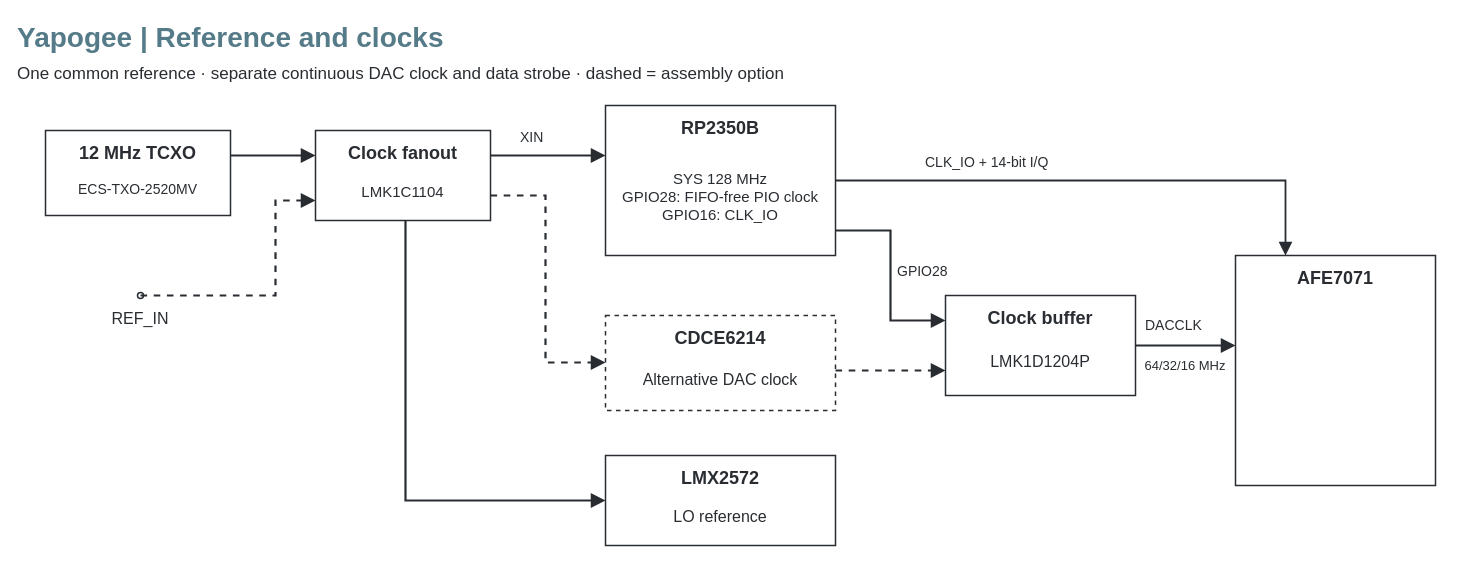
Before: page "Reference and clocks" (2 of 3) of hardware/devboard/architecture/architecture.drawio in Rivercraft911/yapogee, a draw.io diagram. Source tidied: cells renumbered, new cells numbered last; positions are measured from the earlier drawing's top-left corner, leaving out a move shared by most shapes. Both pictures are drawn from the tidied source at 100%, with x=0, y=0 at pixel (17, 17).
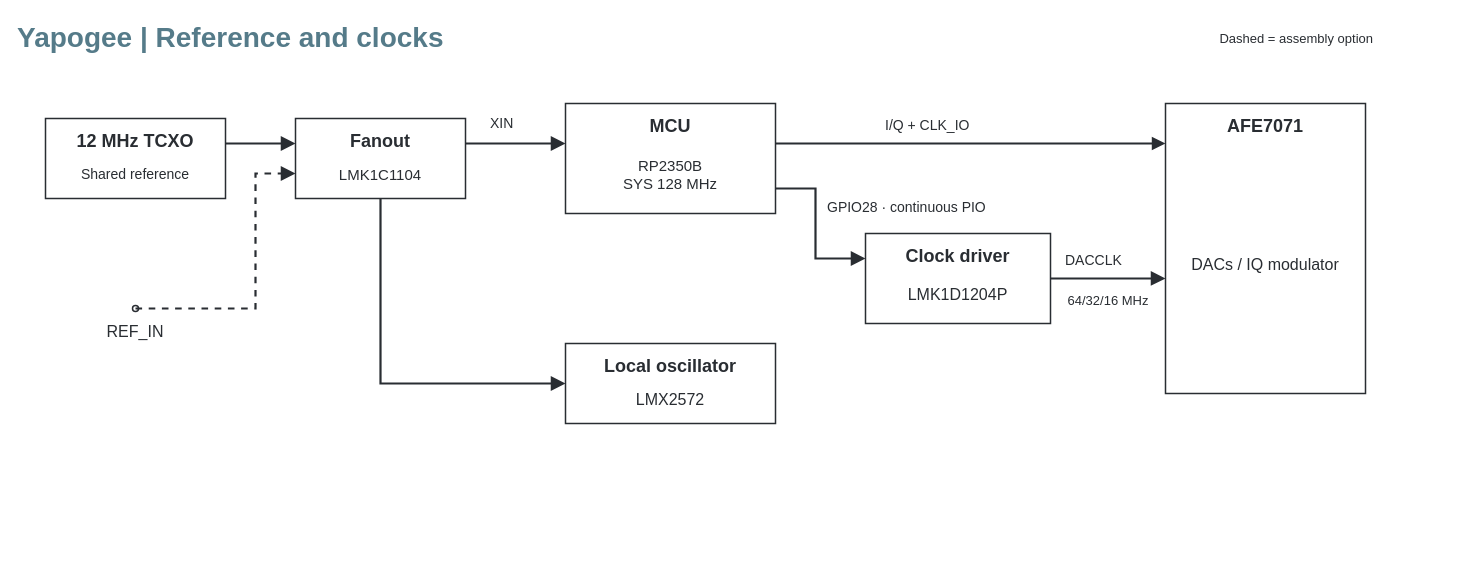
The same diagram, later.

Change to the diagram source:
```diff
@@
     <mxCell id="2" value="Yapogee | Reference and clocks" style="text;html=0;whiteSpace=wrap;overflow=hidden;rounded=0;fillColor=none;strokeColor=none;fontFamily=Arial;fontSize=28;fontColor=#557b89;fontStyle=1;align=left;verticalAlign=middle;spacing=0;" parent="1" vertex="1">
-      <mxGeometry width="1426" height="40" as="geometry" />
+      <mxGeometry width="1356" height="40" as="geometry" />
     </mxCell>
-    <mxCell id="3" value="One common reference · separate continuous DAC clock and data strobe · dashed = assembly option" style="text;html=0;whiteSpace=wrap;overflow=hidden;rounded=0;fillColor=none;strokeColor=none;fontFamily=Arial;fontSize=17;fontColor=#292d32;fontStyle=0;align=left;verticalAlign=middle;spacing=0;" parent="1" vertex="1">
-      <mxGeometry y="43" width="1426" height="28" as="geometry" />
+    <mxCell id="3" value="Dashed = assembly option" style="text;html=0;whiteSpace=wrap;overflow=hidden;rounded=0;fillColor=none;strokeColor=none;fontFamily=Arial;fontSize=13;fontColor=#292d32;fontStyle=0;align=right;verticalAlign=middle;spacing=0;" parent="1" vertex="1">
+      <mxGeometry x="1088" y="9" width="268" height="24" as="geometry" />
     </mxCell>
     <mxCell id="4" style="group;html=0;" parent="1" vertex="1">
-      <mxGeometry x="28" y="113" width="185" height="85" as="geometry" />
+      <mxGeometry x="28" y="101" width="180" height="80" as="geometry" />
     </mxCell>
     <mxCell id="5" style="rounded=0;html=0;fillColor=white;strokeColor=#292d32;strokeWidth=1.5;dashed=0;" parent="4" vertex="1">
-      <mxGeometry width="185" height="85" as="geometry" />
+      <mxGeometry width="180" height="80" as="geometry" />
     </mxCell>
     <mxCell id="6" value="12 MHz TCXO" style="text;html=0;whiteSpace=wrap;overflow=hidden;rounded=0;fillColor=none;strokeColor=none;fontFamily=Arial;fontSize=18;fontColor=#292d32;fontStyle=1;align=center;verticalAlign=middle;spacing=0;" parent="4" vertex="1">
-      <mxGeometry x="10" y="10" width="165" height="25" as="geometry" />
+      <mxGeometry x="10" y="10" width="160" height="25" as="geometry" />
     </mxCell>
-    <mxCell id="7" value="ECS-TXO-2520MV" style="text;html=0;whiteSpace=wrap;overflow=hidden;rounded=0;fillColor=none;strokeColor=none;fontFamily=Arial;fontSize=14;fontColor=#292d32;fontStyle=0;align=center;verticalAlign=middle;spacing=0;" parent="4" vertex="1">
-      <mxGeometry x="12" y="42" width="161" height="33" as="geometry" />
+    <mxCell id="7" value="Shared reference" style="text;html=0;whiteSpace=wrap;overflow=hidden;rounded=0;fillColor=none;strokeColor=none;fontFamily=Arial;fontSize=14;fontColor=#292d32;fontStyle=0;align=center;verticalAlign=middle;spacing=0;" parent="4" vertex="1">
+      <mxGeometry x="12" y="42" width="156" height="28" as="geometry" />
     </mxCell>
     <mxCell id="8" style="shape=ellipse;html=0;fillColor=white;strokeColor=#292d32;strokeWidth=1.5;" parent="1" vertex="1">
-      <mxGeometry x="120" y="275" width="6" height="6" as="geometry" />
+      <mxGeometry x="115" y="288" width="6" height="6" as="geometry" />
     </mxCell>
     <mxCell id="9" value="REF_IN" style="text;html=0;whiteSpace=wrap;overflow=hidden;rounded=0;fillColor=none;strokeColor=none;fontFamily=Arial;fontSize=16;fontColor=#292d32;fontStyle=0;align=center;verticalAlign=middle;spacing=0;" parent="1" vertex="1">
-      <mxGeometry x="48" y="289" width="150" height="24" as="geometry" />
+      <mxGeometry x="43" y="302" width="150" height="24" as="geometry" />
     </mxCell>
     <mxCell id="10" style="group;html=0;" parent="1" vertex="1">
-      <mxGeometry x="298" y="113" width="175" height="90" as="geometry" />
+      <mxGeometry x="278" y="101" width="170" height="80" as="geometry" />
     </mxCell>
     <mxCell id="11" style="rounded=0;html=0;fillColor=white;strokeColor=#292d32;strokeWidth=1.5;dashed=0;" parent="10" vertex="1">
-      <mxGeometry width="175" height="90" as="geometry" />
+      <mxGeometry width="170" height="80" as="geometry" />
     </mxCell>
-    <mxCell id="12" value="Clock fanout" style="text;html=0;whiteSpace=wrap;overflow=hidden;rounded=0;fillColor=none;strokeColor=none;fontFamily=Arial;fontSize=18;fontColor=#292d32;fontStyle=1;align=center;verticalAlign=middle;spacing=0;" parent="10" vertex="1">
-      <mxGeometry x="10" y="10" width="155" height="25" as="geometry" />
+    <mxCell id="12" value="Fanout" style="text;html=0;whiteSpace=wrap;overflow=hidden;rounded=0;fillColor=none;strokeColor=none;fontFamily=Arial;fontSize=18;fontColor=#292d32;fontStyle=1;align=center;verticalAlign=middle;spacing=0;" parent="10" vertex="1">
+      <mxGeometry x="10" y="10" width="150" height="25" as="geometry" />
     </mxCell>
     <mxCell id="13" value="LMK1C1104" style="text;html=0;whiteSpace=wrap;overflow=hidden;rounded=0;fillColor=none;strokeColor=none;fontFamily=Arial;fontSize=15;fontColor=#292d32;fontStyle=0;align=center;verticalAlign=middle;spacing=0;" parent="10" vertex="1">
-      <mxGeometry x="12" y="42" width="151" height="38" as="geometry" />
+      <mxGeometry x="12" y="42" width="146" height="28" as="geometry" />
     </mxCell>
-    <mxCell id="14" style="edgeStyle=none;jettySize=0;rounded=0;html=0;strokeColor=#292d32;strokeWidth=2.2;endArrow=block;endSize=9;endFill=1;startArrow=none;dashed=0;exitX=1;exitY=0.2941;exitPerimeter=0;entryX=0;entryY=0.2778;entryPerimeter=0;" parent="1" edge="1" source="4" target="10">
+    <mxCell id="14" style="edgeStyle=none;jettySize=0;rounded=0;html=0;strokeColor=#292d32;strokeWidth=2.2;endArrow=block;endSize=9;endFill=1;startArrow=none;dashed=0;exitX=1;exitY=0.3125;exitPerimeter=0;entryX=0;entryY=0.3125;entryPerimeter=0;" parent="1" edge="1" source="4" target="10">
       <mxGeometry relative="1" as="geometry" />
     </mxCell>
-    <mxCell id="15" style="edgeStyle=none;jettySize=0;rounded=0;html=0;strokeColor=#292d32;strokeWidth=2.2;endArrow=block;endSize=9;endFill=1;startArrow=none;dashed=1;exitX=0.5;exitY=0.5;exitPerimeter=0;entryX=0;entryY=0.7778;entryPerimeter=0;" parent="1" edge="1" source="8" target="10">
+    <mxCell id="15" style="edgeStyle=none;jettySize=0;rounded=0;html=0;strokeColor=#292d32;strokeWidth=2.2;endArrow=block;endSize=9;endFill=1;startArrow=none;dashed=1;exitX=0.5;exitY=0.5;exitPerimeter=0;entryX=0;entryY=0.6875;entryPerimeter=0;" parent="1" edge="1" source="8" target="10">
       <mxGeometry relative="1" as="geometry">
         <Array as="points">
-          <mxPoint x="258" y="278" />
-          <mxPoint x="258" y="183" />
+          <mxPoint x="238" y="291" />
+          <mxPoint x="238" y="156" />
         </Array>
       </mxGeometry>
     </mxCell>
     <mxCell id="16" style="group;html=0;" parent="1" vertex="1">
-      <mxGeometry x="588" y="88" width="230" height="150" as="geometry" />
+      <mxGeometry x="548" y="86" width="210" height="110" as="geometry" />
     </mxCell>
     <mxCell id="17" style="rounded=0;html=0;fillColor=white;strokeColor=#292d32;strokeWidth=1.5;dashed=0;" parent="16" vertex="1">
-      <mxGeometry width="230" height="150" as="geometry" />
+      <mxGeometry width="210" height="110" as="geometry" />
     </mxCell>
-    <mxCell id="18" value="RP2350B" style="text;html=0;whiteSpace=wrap;overflow=hidden;rounded=0;fillColor=none;strokeColor=none;fontFamily=Arial;fontSize=18;fontColor=#292d32;fontStyle=1;align=center;verticalAlign=middle;spacing=0;" parent="16" vertex="1">
-      <mxGeometry x="10" y="10" width="210" height="25" as="geometry" />
+    <mxCell id="18" value="MCU" style="text;html=0;whiteSpace=wrap;overflow=hidden;rounded=0;fillColor=none;strokeColor=none;fontFamily=Arial;fontSize=18;fontColor=#292d32;fontStyle=1;align=center;verticalAlign=middle;spacing=0;" parent="16" vertex="1">
+      <mxGeometry x="10" y="10" width="190" height="25" as="geometry" />
     </mxCell>
-    <mxCell id="19" value="SYS 128 MHz&#10;GPIO28: FIFO-free PIO clock&#10;GPIO16: CLK_IO" style="text;html=0;whiteSpace=wrap;overflow=hidden;rounded=0;fillColor=none;strokeColor=none;fontFamily=Arial;fontSize=15;fontColor=#292d32;fontStyle=0;align=center;verticalAlign=middle;spacing=0;" parent="16" vertex="1">
-      <mxGeometry x="12" y="42" width="206" height="98" as="geometry" />
+    <mxCell id="19" value="RP2350B&#10;SYS 128 MHz" style="text;html=0;whiteSpace=wrap;overflow=hidden;rounded=0;fillColor=none;strokeColor=none;fontFamily=Arial;fontSize=15;fontColor=#292d32;fontStyle=0;align=center;verticalAlign=middle;spacing=0;" parent="16" vertex="1">
+      <mxGeometry x="12" y="42" width="186" height="58" as="geometry" />
     </mxCell>
-    <mxCell id="20" style="group;html=0;" parent="1" vertex="1">
-      <mxGeometry x="588" y="298" width="230" height="95" as="geometry" />
-    </mxCell>
+    <mxCell id="24" style="group;html=0;" parent="1" vertex="1">
+      <mxGeometry x="548" y="326" width="210" height="80" as="geometry" />
+    </mxCell>
-    <mxCell id="21" style="rounded=0;html=0;fillColor=white;strokeColor=#292d32;strokeWidth=1.5;dashed=1;" parent="20" vertex="1">
-      <mxGeometry width="230" height="95" as="geometry" />
+    <mxCell id="21" style="rounded=0;html=0;fillColor=white;strokeColor=#292d32;strokeWidth=1.5;dashed=0;" parent="24" vertex="1">
+      <mxGeometry width="210" height="80" as="geometry" />
     </mxCell>
-    <mxCell id="22" value="CDCE6214" style="text;html=0;whiteSpace=wrap;overflow=hidden;rounded=0;fillColor=none;strokeColor=none;fontFamily=Arial;fontSize=18;fontColor=#292d32;fontStyle=1;align=center;verticalAlign=middle;spacing=0;" parent="20" vertex="1">
-      <mxGeometry x="10" y="10" width="210" height="25" as="geometry" />
+    <mxCell id="22" value="Local oscillator" style="text;html=0;whiteSpace=wrap;overflow=hidden;rounded=0;fillColor=none;strokeColor=none;fontFamily=Arial;fontSize=18;fontColor=#292d32;fontStyle=1;align=center;verticalAlign=middle;spacing=0;" parent="24" vertex="1">
+      <mxGeometry x="10" y="10" width="190" height="25" as="geometry" />
     </mxCell>
-    <mxCell id="23" value="Alternative DAC clock" style="text;html=0;whiteSpace=wrap;overflow=hidden;rounded=0;fillColor=none;strokeColor=none;fontFamily=Arial;fontSize=16;fontColor=#292d32;fontStyle=0;align=center;verticalAlign=middle;spacing=0;" parent="20" vertex="1">
-      <mxGeometry x="12" y="42" width="206" height="43" as="geometry" />
+    <mxCell id="23" value="LMX2572" style="text;html=0;whiteSpace=wrap;overflow=hidden;rounded=0;fillColor=none;strokeColor=none;fontFamily=Arial;fontSize=16;fontColor=#292d32;fontStyle=0;align=center;verticalAlign=middle;spacing=0;" parent="24" vertex="1">
+      <mxGeometry x="12" y="42" width="186" height="28" as="geometry" />
     </mxCell>
-    <mxCell id="24" style="group;html=0;" parent="1" vertex="1">
-      <mxGeometry x="588" y="438" width="230" height="90" as="geometry" />
-    </mxCell>
+    <mxCell id="47" style="edgeStyle=none;jettySize=0;rounded=0;html=0;strokeColor=#292d32;strokeWidth=2.2;endArrow=block;endSize=9;endFill=1;startArrow=none;dashed=0;exitX=1;exitY=0.3125;exitPerimeter=0;entryX=0;entryY=0.3636;entryPerimeter=0;" parent="1" edge="1" source="10" target="16">
+      <mxGeometry relative="1" as="geometry" />
+    </mxCell>
-    <mxCell id="25" style="rounded=0;html=0;fillColor=white;strokeColor=#292d32;strokeWidth=1.5;dashed=0;" parent="24" vertex="1">
-      <mxGeometry width="230" height="90" as="geometry" />
+    <mxCell id="25" value="XIN" style="text;html=0;whiteSpace=wrap;overflow=hidden;rounded=0;fillColor=none;strokeColor=none;fontFamily=Arial;fontSize=14;fontColor=#292d32;fontStyle=0;align=left;verticalAlign=middle;spacing=0;" parent="1" vertex="1">
+      <mxGeometry x="473" y="94" width="60" height="24" as="geometry" />
     </mxCell>
-    <mxCell id="26" value="LMX2572" style="text;html=0;whiteSpace=wrap;overflow=hidden;rounded=0;fillColor=none;strokeColor=none;fontFamily=Arial;fontSize=18;fontColor=#292d32;fontStyle=1;align=center;verticalAlign=middle;spacing=0;" parent="24" vertex="1">
-      <mxGeometry x="10" y="10" width="210" height="25" as="geometry" />
+    <mxCell id="26" style="edgeStyle=none;jettySize=0;rounded=0;html=0;strokeColor=#292d32;strokeWidth=2.2;endArrow=block;endSize=9;endFill=1;startArrow=none;dashed=0;exitX=0.5;exitY=1;exitPerimeter=0;entryX=0;entryY=0.5;entryPerimeter=0;" parent="1" edge="1" source="10" target="24">
+      <mxGeometry relative="1" as="geometry">
+        <Array as="points">
+          <mxPoint x="363" y="366" />
+        </Array>
+      </mxGeometry>
     </mxCell>
-    <mxCell id="27" value="LO reference" style="text;html=0;whiteSpace=wrap;overflow=hidden;rounded=0;fillColor=none;strokeColor=none;fontFamily=Arial;fontSize=16;fontColor=#292d32;fontStyle=0;align=center;verticalAlign=middle;spacing=0;" parent="24" vertex="1">
-      <mxGeometry x="12" y="42" width="206" height="38" as="geometry" />
-    </mxCell>
+    <mxCell id="32" style="group;html=0;" parent="1" vertex="1">
+      <mxGeometry x="848" y="216" width="185" height="90" as="geometry" />
+    </mxCell>
-    <mxCell id="28" style="edgeStyle=none;jettySize=0;rounded=0;html=0;strokeColor=#292d32;strokeWidth=2.2;endArrow=block;endSize=9;endFill=1;startArrow=none;dashed=0;exitX=1;exitY=0.2778;exitPerimeter=0;entryX=0;entryY=0.3333;entryPerimeter=0;" parent="1" edge="1" source="10" target="16">
-      <mxGeometry relative="1" as="geometry" />
+    <mxCell id="28" style="rounded=0;html=0;fillColor=white;strokeColor=#292d32;strokeWidth=1.5;dashed=0;" parent="32" vertex="1">
+      <mxGeometry width="185" height="90" as="geometry" />
     </mxCell>
-    <mxCell id="29" value="XIN" style="text;html=0;whiteSpace=wrap;overflow=hidden;rounded=0;fillColor=none;strokeColor=none;fontFamily=Arial;fontSize=14;fontColor=#292d32;fontStyle=0;align=left;verticalAlign=middle;spacing=0;" parent="1" vertex="1">
-      <mxGeometry x="503" y="108" width="55" height="24" as="geometry" />
+    <mxCell id="29" value="Clock driver" style="text;html=0;whiteSpace=wrap;overflow=hidden;rounded=0;fillColor=none;strokeColor=none;fontFamily=Arial;fontSize=18;fontColor=#292d32;fontStyle=1;align=center;verticalAlign=middle;spacing=0;" parent="32" vertex="1">
+      <mxGeometry x="10" y="10" width="165" height="25" as="geometry" />
     </mxCell>
-    <mxCell id="30" style="edgeStyle=none;jettySize=0;rounded=0;html=0;strokeColor=#292d32;strokeWidth=2.2;endArrow=block;endSize=9;endFill=1;startArrow=none;dashed=1;exitX=1;exitY=0.7222;exitPerimeter=0;entryX=0;entryY=0.4947;entryPerimeter=0;" parent="1" edge="1" source="10" target="20">
-      <mxGeometry relative="1" as="geometry">
-        <Array as="points">
-          <mxPoint x="528" y="178" />
-          <mxPoint x="528" y="345" />
-        </Array>
-      </mxGeometry>
+    <mxCell id="30" value="LMK1D1204P" style="text;html=0;whiteSpace=wrap;overflow=hidden;rounded=0;fillColor=none;strokeColor=none;fontFamily=Arial;fontSize=16;fontColor=#292d32;fontStyle=0;align=center;verticalAlign=middle;spacing=0;" parent="32" vertex="1">
+      <mxGeometry x="12" y="42" width="161" height="38" as="geometry" />
     </mxCell>
-    <mxCell id="31" style="edgeStyle=none;jettySize=0;rounded=0;html=0;strokeColor=#292d32;strokeWidth=2.2;endArrow=block;endSize=9;endFill=1;startArrow=none;dashed=0;exitX=0.5143;exitY=1;exitPerimeter=0;entryX=0;entryY=0.5;entryPerimeter=0;" parent="1" edge="1" source="10" target="24">
-      <mxGeometry relative="1" as="geometry">
-        <Array as="points">
-          <mxPoint x="388" y="483" />
-        </Array>
-      </mxGeometry>
-    </mxCell>
-    <mxCell id="32" style="group;html=0;" parent="1" vertex="1">
-      <mxGeometry x="928" y="278" width="190" height="100" as="geometry" />
-    </mxCell>
+    <mxCell id="36" style="group;html=0;" parent="1" vertex="1">
+      <mxGeometry x="1148" y="86" width="200" height="290" as="geometry" />
+    </mxCell>
+    <mxCell id="48" style="rounded=0;html=0;fillColor=white;strokeColor=#292d32;strokeWidth=1.5;dashed=0;" parent="36" vertex="1">
+      <mxGeometry width="200" height="290" as="geometry" />
+    </mxCell>
-    <mxCell id="33" style="rounded=0;html=0;fillColor=white;strokeColor=#292d32;strokeWidth=1.5;dashed=0;" parent="32" vertex="1">
-      <mxGeometry width="190" height="100" as="geometry" />
+    <mxCell id="33" value="AFE7071" style="text;html=0;whiteSpace=wrap;overflow=hidden;rounded=0;fillColor=none;strokeColor=none;fontFamily=Arial;fontSize=18;fontColor=#292d32;fontStyle=1;align=center;verticalAlign=middle;spacing=0;" parent="36" vertex="1">
+      <mxGeometry x="10" y="10" width="180" height="25" as="geometry" />
     </mxCell>
-    <mxCell id="34" value="Clock buffer" style="text;html=0;whiteSpace=wrap;overflow=hidden;rounded=0;fillColor=none;strokeColor=none;fontFamily=Arial;fontSize=18;fontColor=#292d32;fontStyle=1;align=center;verticalAlign=middle;spacing=0;" parent="32" vertex="1">
-      <mxGeometry x="10" y="10" width="170" height="25" as="geometry" />
+    <mxCell id="34" value="DACs / IQ modulator" style="text;html=0;whiteSpace=wrap;overflow=hidden;rounded=0;fillColor=none;strokeColor=none;fontFamily=Arial;fontSize=16;fontColor=#292d32;fontStyle=0;align=center;verticalAlign=middle;spacing=0;" parent="36" vertex="1">
+      <mxGeometry x="12" y="42" width="176" height="238" as="geometry" />
     </mxCell>
-    <mxCell id="35" value="LMK1D1204P" style="text;html=0;whiteSpace=wrap;overflow=hidden;rounded=0;fillColor=none;strokeColor=none;fontFamily=Arial;fontSize=16;fontColor=#292d32;fontStyle=0;align=center;verticalAlign=middle;spacing=0;" parent="32" vertex="1">
-      <mxGeometry x="12" y="42" width="166" height="48" as="geometry" />
+    <mxCell id="35" style="edgeStyle=none;jettySize=0;rounded=0;html=0;strokeColor=#292d32;strokeWidth=2.2;endArrow=block;endSize=9;endFill=1;startArrow=none;dashed=0;exitX=1;exitY=0.7727;exitPerimeter=0;entryX=0;entryY=0.2778;entryPerimeter=0;" parent="1" edge="1" source="16" target="32">
+      <mxGeometry relative="1" as="geometry">
+        <Array as="points">
+          <mxPoint x="798" y="171" />
+          <mxPoint x="798" y="241" />
+        </Array>
+      </mxGeometry>
     </mxCell>
-    <mxCell id="36" style="group;html=0;" parent="1" vertex="1">
-      <mxGeometry x="1218" y="238" width="200" height="230" as="geometry" />
-    </mxCell>
+    <mxCell id="49" value="GPIO28 · continuous PIO" style="text;html=0;whiteSpace=wrap;overflow=hidden;rounded=0;fillColor=none;strokeColor=none;fontFamily=Arial;fontSize=14;fontColor=#292d32;fontStyle=0;align=left;verticalAlign=middle;spacing=0;" parent="1" vertex="1">
+      <mxGeometry x="810" y="177" width="225" height="25" as="geometry" />
+    </mxCell>
-    <mxCell id="37" style="rounded=0;html=0;fillColor=white;strokeColor=#292d32;strokeWidth=1.5;dashed=0;" parent="36" vertex="1">
-      <mxGeometry width="200" height="230" as="geometry" />
+    <mxCell id="37" style="edgeStyle=none;jettySize=0;rounded=0;html=0;strokeColor=#292d32;strokeWidth=2.2;endArrow=block;endSize=9;endFill=1;startArrow=none;dashed=0;exitX=1;exitY=0.5;exitPerimeter=0;entryX=0;entryY=0.6034;entryPerimeter=0;" parent="1" edge="1" source="32" target="36">
+      <mxGeometry relative="1" as="geometry" />
     </mxCell>
-    <mxCell id="38" value="AFE7071" style="text;html=0;whiteSpace=wrap;overflow=hidden;rounded=0;fillColor=none;strokeColor=none;fontFamily=Arial;fontSize=18;fontColor=#292d32;fontStyle=1;align=center;verticalAlign=middle;spacing=0;" parent="36" vertex="1">
-      <mxGeometry x="10" y="10" width="180" height="25" as="geometry" />
+    <mxCell id="38" value="DACCLK" style="text;html=0;whiteSpace=wrap;overflow=hidden;rounded=0;fillColor=none;strokeColor=none;fontFamily=Arial;fontSize=14;fontColor=#292d32;fontStyle=0;align=left;verticalAlign=middle;spacing=0;" parent="1" vertex="1">
+      <mxGeometry x="1048" y="231" width="90" height="24" as="geometry" />
     </mxCell>
-    <mxCell id="39" style="edgeStyle=none;jettySize=0;rounded=0;html=0;strokeColor=#292d32;strokeWidth=2.2;endArrow=block;endSize=9;endFill=1;startArrow=none;dashed=0;exitX=1;exitY=0.8333;exitPerimeter=0;entryX=0;entryY=0.25;entryPerimeter=0;" parent="1" edge="1" source="16" target="32">
-      <mxGeometry relative="1" as="geometry">
-        <Array as="points">
-          <mxPoint x="873" y="213" />
-          <mxPoint x="873" y="303" />
-        </Array>
-      </mxGeometry>
+    <mxCell id="39" value="64/32/16 MHz" style="text;html=0;whiteSpace=wrap;overflow=hidden;rounded=0;fillColor=none;strokeColor=none;fontFamily=Arial;fontSize=13;fontColor=#292d32;fontStyle=0;align=center;verticalAlign=middle;spacing=0;" parent="1" vertex="1">
+      <mxGeometry x="1036" y="271" width="110" height="24" as="geometry" />
     </mxCell>
-    <mxCell id="40" value="GPIO28" style="text;html=0;whiteSpace=wrap;overflow=hidden;rounded=0;fillColor=none;strokeColor=none;fontFamily=Arial;fontSize=14;fontColor=#292d32;fontStyle=0;align=left;verticalAlign=middle;spacing=0;" parent="1" vertex="1">
-      <mxGeometry x="880" y="243" width="80" height="22" as="geometry" />
+    <mxCell id="40" style="edgeStyle=none;jettySize=0;rounded=0;html=0;strokeColor=#292d32;strokeWidth=1.8;endArrow=block;endSize=9;endFill=1;startArrow=none;dashed=0;exitX=1;exitY=0.3636;exitPerimeter=0;entryX=0;entryY=0.1379;entryPerimeter=0;" parent="1" edge="1" source="16" target="36">
+      <mxGeometry relative="1" as="geometry" />
     </mxCell>
-    <mxCell id="41" style="edgeStyle=none;jettySize=0;rounded=0;html=0;strokeColor=#292d32;strokeWidth=2.2;endArrow=block;endSize=9;endFill=1;startArrow=none;dashed=1;exitX=1;exitY=0.5789;exitPerimeter=0;entryX=0;entryY=0.75;entryPerimeter=0;" parent="1" edge="1" source="20" target="32">
-      <mxGeometry relative="1" as="geometry" />
+    <mxCell id="41" value="I/Q + CLK_IO" style="text;html=0;whiteSpace=wrap;overflow=hidden;rounded=0;fillColor=none;strokeColor=none;fontFamily=Arial;fontSize=14;fontColor=#292d32;fontStyle=0;align=left;verticalAlign=middle;spacing=0;" parent="1" vertex="1">
+      <mxGeometry x="868" y="96" width="200" height="24" as="geometry" />
     </mxCell>
-    <mxCell id="42" style="edgeStyle=none;jettySize=0;rounded=0;html=0;strokeColor=#292d32;strokeWidth=2.2;endArrow=block;endSize=9;endFill=1;startArrow=none;dashed=0;exitX=1;exitY=0.5;exitPerimeter=0;entryX=0;entryY=0.3913;entryPerimeter=0;" parent="1" edge="1" source="32" target="36">
-      <mxGeometry relative="1" as="geometry" />
-    </mxCell>
-    <mxCell id="43" value="DACCLK" style="text;html=0;whiteSpace=wrap;overflow=hidden;rounded=0;fillColor=none;strokeColor=none;fontFamily=Arial;fontSize=14;fontColor=#292d32;fontStyle=0;align=left;verticalAlign=middle;spacing=0;" parent="1" vertex="1">
-      <mxGeometry x="1128" y="296" width="90" height="24" as="geometry" />
-    </mxCell>
-    <mxCell id="44" value="64/32/16 MHz" style="text;html=0;whiteSpace=wrap;overflow=hidden;rounded=0;fillColor=none;strokeColor=none;fontFamily=Arial;fontSize=13;fontColor=#292d32;fontStyle=0;align=center;verticalAlign=middle;spacing=0;" parent="1" vertex="1">
-      <mxGeometry x="1118" y="336" width="100" height="24" as="geometry" />
-    </mxCell>
-    <mxCell id="45" style="edgeStyle=none;jettySize=0;rounded=0;html=0;strokeColor=#292d32;strokeWidth=1.8;endArrow=block;endSize=9;endFill=1;startArrow=none;dashed=0;exitX=1;exitY=0.5;exitPerimeter=0;entryX=0.25;entryY=0;entryPerimeter=0;" parent="1" edge="1" source="16" target="36">
-      <mxGeometry relative="1" as="geometry">
-        <Array as="points">
-          <mxPoint x="1268" y="163" />
-        </Array>
-      </mxGeometry>
-    </mxCell>
-    <mxCell id="46" value="CLK_IO + 14-bit I/Q" style="text;html=0;whiteSpace=wrap;overflow=hidden;rounded=0;fillColor=none;strokeColor=none;fontFamily=Arial;fontSize=14;fontColor=#292d32;fontStyle=0;align=left;verticalAlign=middle;spacing=0;" parent="1" vertex="1">
-      <mxGeometry x="908" y="133" width="250" height="24" as="geometry" />
-    </mxCell>
```
